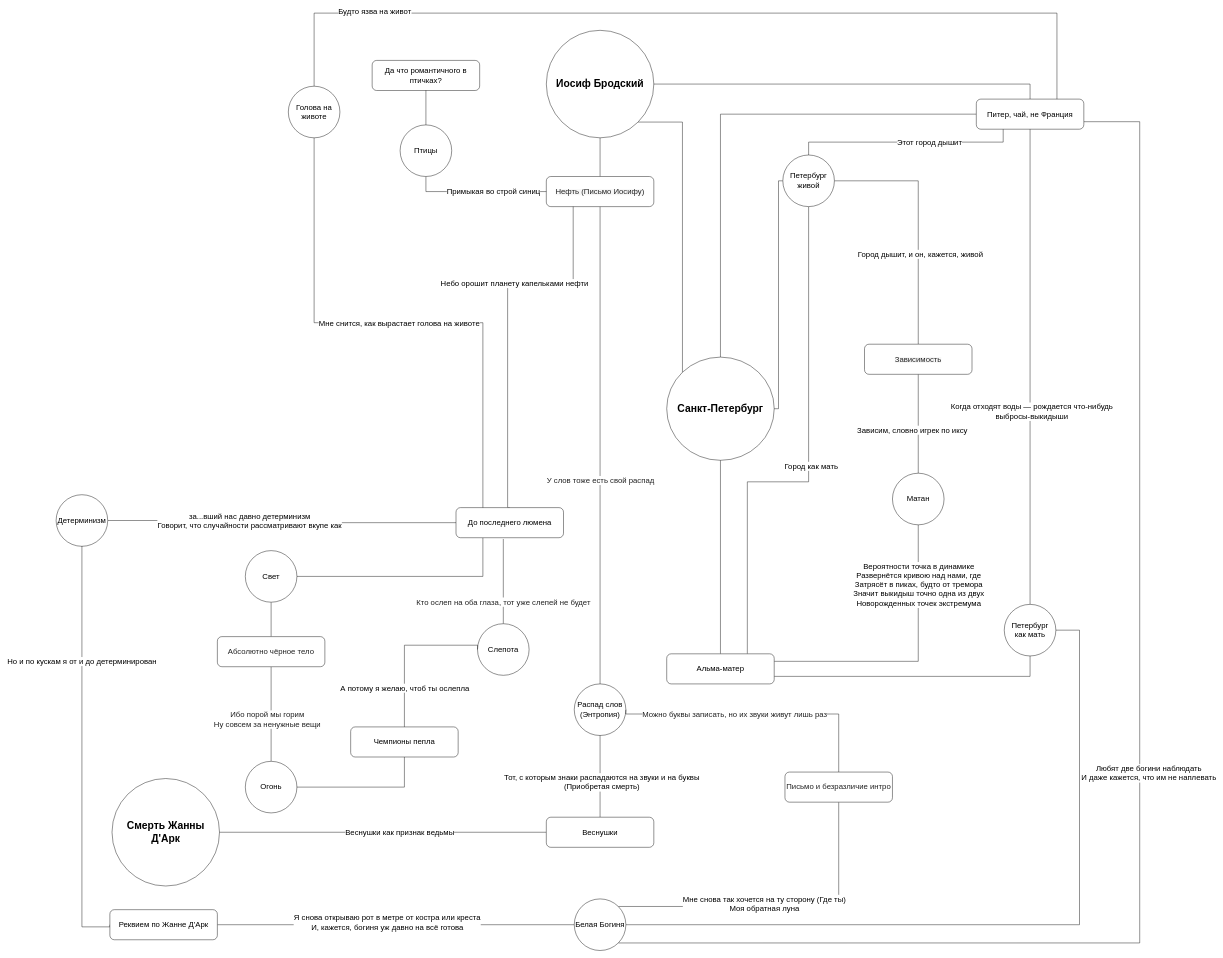
RainDreamerX/pyrokinesis keeps this draw.io diagram as Untitled Diagram.drawio. Above is the earlier version. Source tidied: cells renumbered, new cells numbered last; positions are measured from the earlier drawing's top-left corner, leaving out a move shared by most shapes. Both pictures are drawn from the tidied source at 43%, with x=0, y=0 at pixel (56, 13).
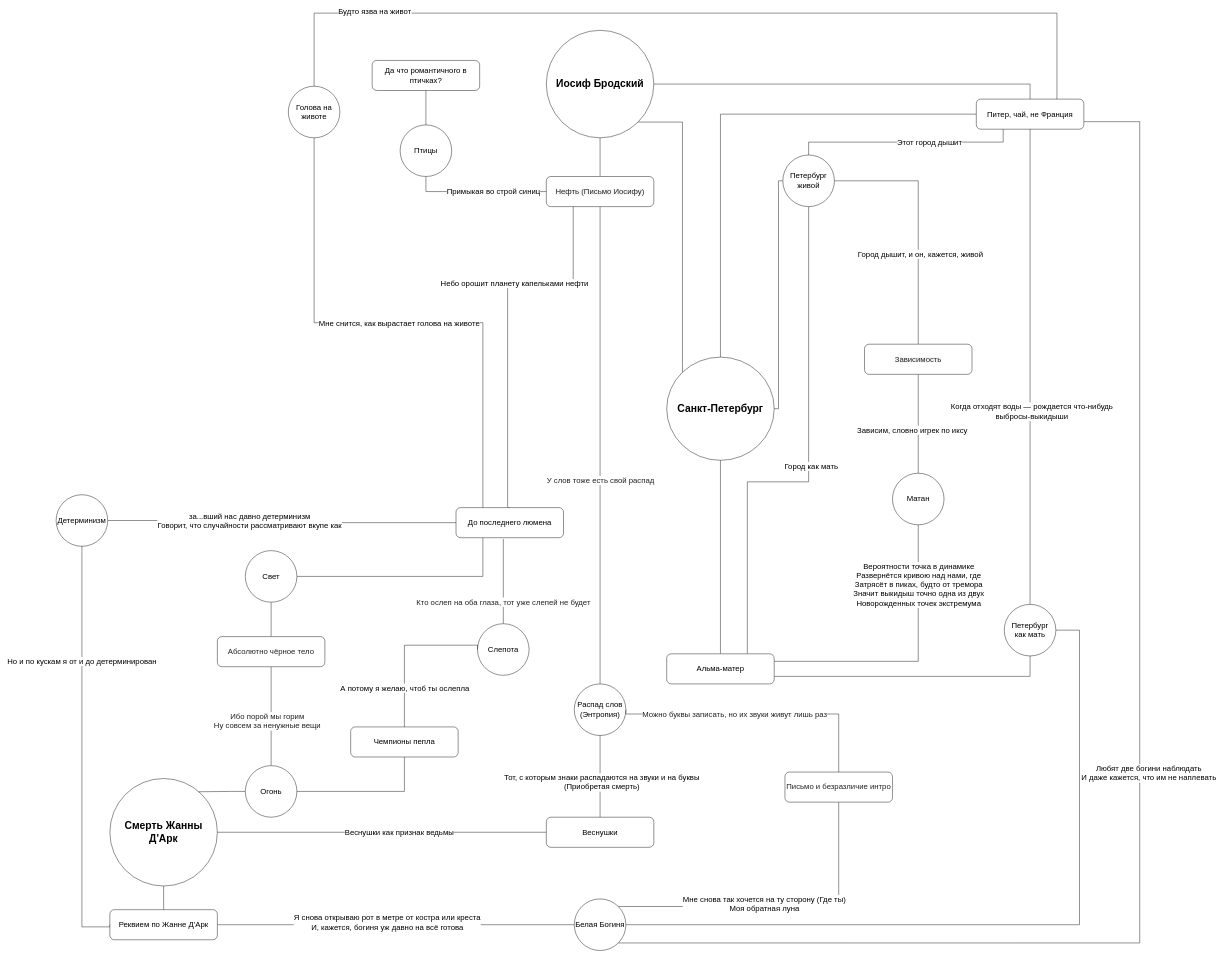
The same page after the edit.

The change refers to these unchanged cells:
```xml
<mxCell id="68" value="&lt;span style=&quot;font-size: 18px&quot;&gt;Реквием по Жанне Д'Арк&lt;br&gt;&lt;/span&gt;" style="rounded=1;whiteSpace=wrap;html=1;" parent="1" vertex="1">
  <mxGeometry x="125" y="2085" width="250" height="70" as="geometry" />
</mxCell>
```

Change to the diagram source:
```diff
@@
+    <mxCell id="81" style="edgeStyle=orthogonalEdgeStyle;rounded=0;jettySize=auto;html=1;entryX=0.5;entryY=0;entryDx=0;entryDy=0;endArrow=none;endFill=0;" parent="1" edge="1" source="7" target="68">
+      <mxGeometry relative="1" as="geometry" />
+    </mxCell>
     <mxCell id="7" value="&lt;b&gt;&lt;font style=&quot;font-size: 24px&quot;&gt;Смерть Жанны Д'Арк&lt;/font&gt;&lt;/b&gt;" style="ellipse;whiteSpace=wrap;html=1;" parent="1" vertex="1">
-      <mxGeometry x="130" y="1780" width="250" height="250" as="geometry" />
+      <mxGeometry x="125" y="1780" width="250" height="250" as="geometry" />
     </mxCell>
@@
+    <mxCell id="82" style="edgeStyle=orthogonalEdgeStyle;rounded=0;jettySize=auto;html=1;entryX=0.826;entryY=0.123;entryDx=0;entryDy=0;entryPerimeter=0;endArrow=none;endFill=0;" parent="1" edge="1" source="36" target="7">
+      <mxGeometry relative="1" as="geometry" />
+    </mxCell>
     <mxCell id="36" value="&lt;span style=&quot;font-size: 18px&quot;&gt;Огонь&lt;/span&gt;" style="ellipse;whiteSpace=wrap;html=1;direction=south;" parent="1" vertex="1">
-      <mxGeometry x="440" y="1740" width="120" height="120" as="geometry" />
+      <mxGeometry x="440" y="1750" width="120" height="120" as="geometry" />
     </mxCell>
```
